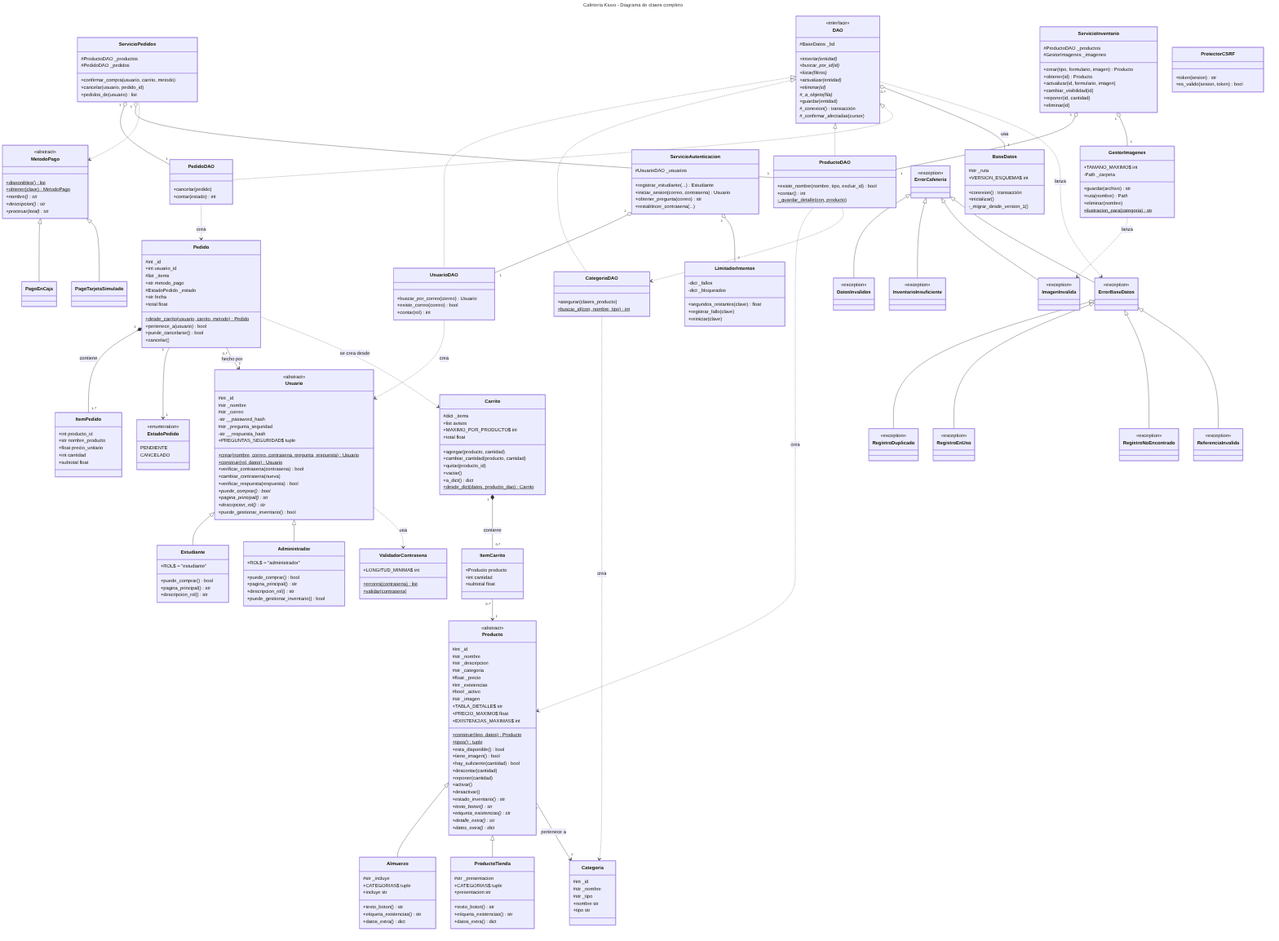
Before: docs/diagrama_clases.png, a diagram exported from Mermaid (cristyelizabetth/cafeteria-kiuvo-poo). Its source is kept beside it as docs/diagrama_clases.mmd. Its diagram source:
```mermaid
---
title: Cafetería Kiuvo - Diagrama de clases completo
---
classDiagram
    direction TB

    class Usuario {
        <<abstract>>
        #int _id
        #str _nombre
        #str _correo
        -str __password_hash
        #str _pregunta_seguridad
        -str __respuesta_hash
        +PREGUNTAS_SEGURIDAD$ tuple
        +crear(nombre, correo, contrasena, pregunta, respuesta)$ Usuario
        +construir(rol, datos)$ Usuario
        +verificar_contrasena(contrasena) bool
        +cambiar_contrasena(nueva)
        +verificar_respuesta(respuesta) bool
        +puede_comprar()* bool
        +pagina_principal()* str
        +descripcion_rol()* str
        +puede_gestionar_inventario() bool
    }
    class Estudiante {
        +ROL$ = "estudiante"
        +puede_comprar() bool
        +pagina_principal() str
        +descripcion_rol() str
    }
    class Administrador {
        +ROL$ = "administrador"
        +puede_comprar() bool
        +pagina_principal() str
        +descripcion_rol() str
        +puede_gestionar_inventario() bool
    }
    Usuario <|-- Estudiante
    Usuario <|-- Administrador

    class Categoria {
        #int _id
        #str _nombre
        #str _tipo
        +nombre str
        +tipo str
    }
    class Producto {
        <<abstract>>
        #int _id
        #str _nombre
        #str _descripcion
        #str _categoria
        #float _precio
        #int _existencias
        #bool _activo
        #str _imagen
        +TABLA_DETALLE$ str
        +PRECIO_MAXIMO$ float
        +EXISTENCIAS_MAXIMAS$ int
        +construir(tipo, datos)$ Producto
        +tipos()$ tuple
        +esta_disponible() bool
        +tiene_imagen() bool
        +hay_suficiente(cantidad) bool
        +descontar(cantidad)
        +reponer(cantidad)
        +activar()
        +desactivar()
        +estado_inventario() str
        +texto_boton()* str
        +etiqueta_existencias()* str
        +detalle_extra()* str
        +datos_extra()* dict
    }
    class Almuerzo {
        #str _incluye
        +CATEGORIAS$ tuple
        +incluye str
        +texto_boton() str
        +etiqueta_existencias() str
        +datos_extra() dict
    }
    class ProductoTienda {
        #str _presentacion
        +CATEGORIAS$ tuple
        +presentacion str
        +texto_boton() str
        +etiqueta_existencias() str
        +datos_extra() dict
    }
    Producto <|-- Almuerzo
    Producto <|-- ProductoTienda
    Producto "0..*" --> "1" Categoria : pertenece a

    class Carrito {
        #dict _items
        +list avisos
        +MAXIMO_POR_PRODUCTO$ int
        +agregar(producto, cantidad)
        +cambiar_cantidad(producto, cantidad)
        +quitar(producto_id)
        +vaciar()
        +total float
        +a_dict() dict
        +desde_dict(datos, producto_dao)$ Carrito
    }
    class ItemCarrito {
        +Producto producto
        +int cantidad
        +subtotal float
    }
    Carrito "1" *-- "0..*" ItemCarrito : contiene
    ItemCarrito "0..*" --> "1" Producto

    class Pedido {
        #int _id
        +int usuario_id
        #list _items
        +str metodo_pago
        #EstadoPedido _estado
        +str fecha
        +desde_carrito(usuario, carrito, metodo)$ Pedido
        +total float
        +pertenece_a(usuario) bool
        +puede_cancelarse() bool
        +cancelar()
    }
    class ItemPedido {
        +int producto_id
        +str nombre_producto
        +float precio_unitario
        +int cantidad
        +subtotal float
    }
    class EstadoPedido {
        <<enumeration>>
        PENDIENTE
        CANCELADO
    }
    Pedido "1" *-- "1..*" ItemPedido : contiene
    Pedido "1" --> "1" EstadoPedido
    Pedido "0..*" --> "1" Usuario : hecho por
    Pedido ..> Carrito : se crea desde

    class MetodoPago {
        <<abstract>>
        +disponibles()$ list
        +obtener(clave)$ MetodoPago
        +nombre()* str
        +descripcion()* str
        +procesar(total)* str
    }
    class PagoEnCaja
    class PagoTarjetaSimulado
    MetodoPago <|-- PagoEnCaja
    MetodoPago <|-- PagoTarjetaSimulado

    class DAO {
        <<interface>>
        #BaseDatos _bd
        +insertar(entidad)*
        +buscar_por_id(id)*
        +listar(filtros)*
        +actualizar(entidad)*
        +eliminar(id)*
        #_a_objeto(fila)*
        +guardar(entidad)
        #_conexion() transacción
        #_confirmar_afectadas(cursor)
    }
    class UsuarioDAO {
        +buscar_por_correo(correo) Usuario
        +existe_correo(correo) bool
        +contar(rol) int
    }
    class CategoriaDAO {
        +asegurar(clases_producto)
        +buscar_id(con, nombre, tipo)$ int
    }
    class ProductoDAO {
        +existe_nombre(nombre, tipo, excluir_id) bool
        +contar() int
        -_guardar_detalle(con, producto)$
    }
    class PedidoDAO {
        +cancelar(pedido)
        +contar(estado) int
    }
    DAO <|.. UsuarioDAO
    DAO <|.. CategoriaDAO
    DAO <|.. ProductoDAO
    DAO <|.. PedidoDAO
    DAO "0..*" o-- "1" BaseDatos : usa
    UsuarioDAO ..> Usuario : crea
    CategoriaDAO ..> Categoria : crea
    ProductoDAO ..> Producto : crea
    ProductoDAO ..> CategoriaDAO
    PedidoDAO ..> Pedido : crea

    class BaseDatos {
        #str _ruta
        +VERSION_ESQUEMA$ int
        +conexion() transacción
        +inicializar()
        -_migrar_desde_version_1()
    }

    class ServicioAutenticacion {
        #UsuarioDAO _usuarios
        +registrar_estudiante(...) Estudiante
        +iniciar_sesion(correo, contrasena) Usuario
        +obtener_pregunta(correo) str
        +restablecer_contrasena(...)
    }
    class ServicioPedidos {
        #ProductoDAO _productos
        #PedidoDAO _pedidos
        +confirmar_compra(usuario, carrito, metodo)
        +cancelar(usuario, pedido_id)
        +pedidos_de(usuario) list
    }
    class ServicioInventario {
        #ProductoDAO _productos
        #GestorImagenes _imagenes
        +crear(tipo, formulario, imagen) Producto
        +obtener(id) Producto
        +actualizar(id, formulario, imagen)
        +cambiar_visibilidad(id)
        +reponer(id, cantidad)
        +eliminar(id)
    }
    ServicioAutenticacion "1" o-- "1" UsuarioDAO
    ServicioAutenticacion "1" o-- "2" LimitadorIntentos
    ServicioPedidos "1" o-- "1" PedidoDAO
    ServicioPedidos "1" o-- "1" ProductoDAO
    ServicioPedidos ..> MetodoPago
    ServicioInventario "1" o-- "1" ProductoDAO
    class GestorImagenes {
        +TAMANO_MAXIMO$ int
        -Path _carpeta
        +guardar(archivo) str
        +ruta(nombre) Path
        +eliminar(nombre)
        +ilustracion_para(categoria)$ str
    }
    ServicioInventario "1" o-- "1" GestorImagenes
    GestorImagenes ..> ImagenInvalida : lanza

    class ValidadorContrasena {
        +LONGITUD_MINIMA$ int
        +errores(contrasena)$ list
        +validar(contrasena)$
    }
    class LimitadorIntentos {
        -dict _fallos
        -dict _bloqueados
        +segundos_restantes(clave) float
        +registrar_fallo(clave)
        +reiniciar(clave)
    }
    class ProtectorCSRF {
        +token(sesion) str
        +es_valido(sesion, token) bool
    }
    Usuario ..> ValidadorContrasena : usa

    class ErrorCafeteria {
        <<exception>>
    }
    class DatosInvalidos {
        <<exception>>
    }
    class InventarioInsuficiente {
        <<exception>>
    }
    class ImagenInvalida {
        <<exception>>
    }
    class ErrorBaseDatos {
        <<exception>>
    }
    class RegistroDuplicado {
        <<exception>>
    }
    class RegistroEnUso {
        <<exception>>
    }
    class RegistroNoEncontrado {
        <<exception>>
    }
    class ReferenciaInvalida {
        <<exception>>
    }
    ErrorCafeteria <|-- DatosInvalidos
    ErrorCafeteria <|-- InventarioInsuficiente
    ErrorCafeteria <|-- ImagenInvalida
    ErrorCafeteria <|-- ErrorBaseDatos
    ErrorBaseDatos <|-- RegistroDuplicado
    ErrorBaseDatos <|-- RegistroEnUso
    ErrorBaseDatos <|-- RegistroNoEncontrado
    ErrorBaseDatos <|-- ReferenciaInvalida
    DAO ..> ErrorBaseDatos : lanza
```
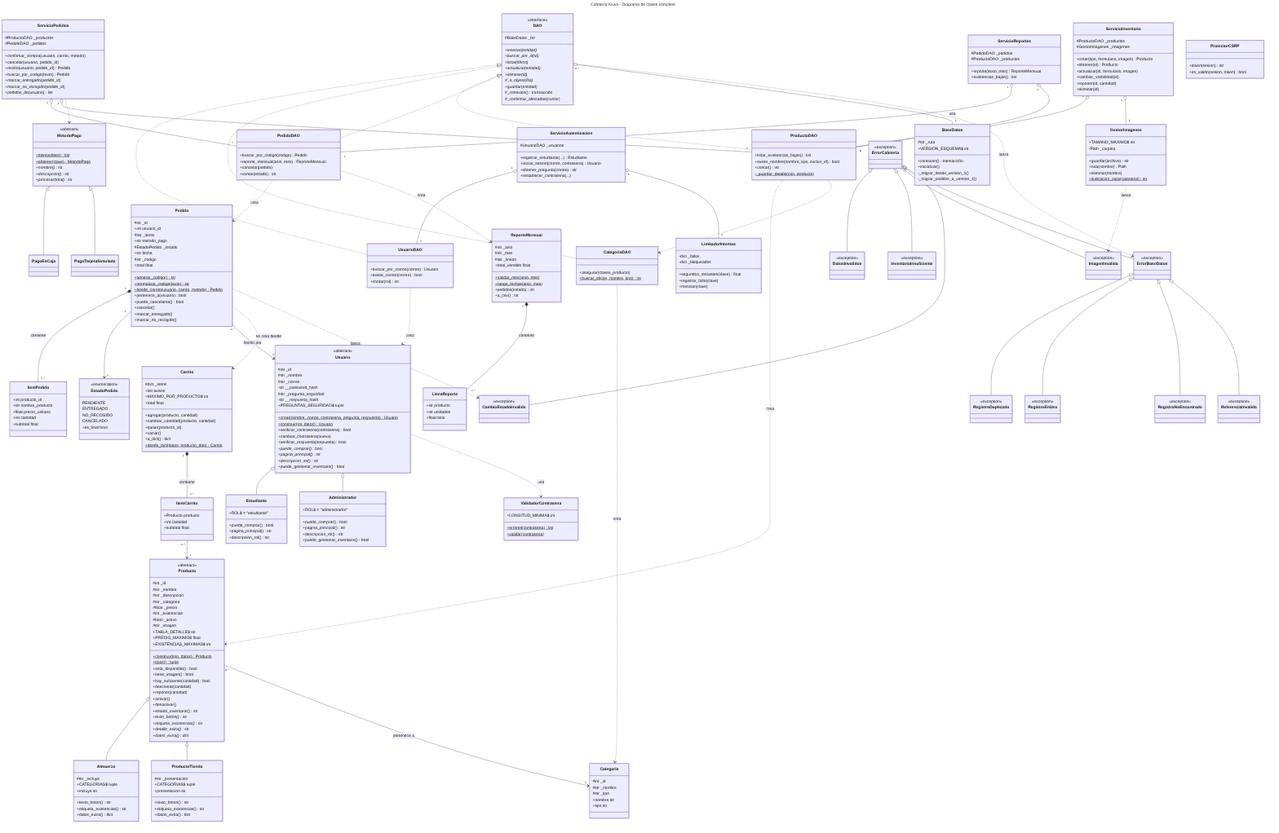
The same diagram one commit later.

What changed in the source:
```diff
@@ -121,11 +121,16 @@
         +str metodo_pago
         #EstadoPedido _estado
         +str fecha
+        #str _codigo
+        +generar_codigo()$ str
+        +normalizar_codigo(texto)$ str
         +desde_carrito(usuario, carrito, metodo)$ Pedido
         +total float
         +pertenece_a(usuario) bool
         +puede_cancelarse() bool
         +cancelar()
+        +marcar_entregado()
+        +marcar_no_recogido()
     }
     class ItemPedido {
         +int producto_id
@@ -137,10 +142,29 @@
     class EstadoPedido {
         <<enumeration>>
         PENDIENTE
+        ENTREGADO
+        NO_RECOGIDO
         CANCELADO
+        +es_final bool
     }
     Pedido "1" *-- "1..*" ItemPedido : contiene
     Pedido "1" --> "1" EstadoPedido
+    class ReporteMensual {
+        #int _anio
+        #int _mes
+        #list _lineas
+        +validar_mes(anio, mes)$
+        +rango_fechas(anio, mes)$
+        +total_vendido float
+        +pedidos(estado) int
+        +a_csv() str
+    }
+    class LineaReporte {
+        +str producto
+        +int unidades
+        +float total
+    }
+    ReporteMensual "1" *-- "0..*" LineaReporte : contiene
     Pedido "0..*" --> "1" Usuario : hecho por
     Pedido ..> Carrito : se crea desde
 
@@ -180,11 +204,14 @@
         +buscar_id(con, nombre, tipo)$ int
     }
     class ProductoDAO {
+        +listar_existencias_bajas() list
         +existe_nombre(nombre, tipo, excluir_id) bool
         +contar() int
         -_guardar_detalle(con, producto)$
     }
     class PedidoDAO {
+        +buscar_por_codigo(codigo) Pedido
+        +reporte_mensual(anio, mes) ReporteMensual
         +cancelar(pedido)
         +contar(estado) int
     }
@@ -198,6 +225,7 @@
     ProductoDAO ..> Producto : crea
     ProductoDAO ..> CategoriaDAO
     PedidoDAO ..> Pedido : crea
+    PedidoDAO ..> ReporteMensual : crea
 
     class BaseDatos {
         #str _ruta
@@ -205,6 +233,7 @@
         +conexion() transacción
         +inicializar()
         -_migrar_desde_version_1()
+        -_migrar_pedidos_a_version_4()
     }
 
     class ServicioAutenticacion {
@@ -219,8 +248,20 @@
         #PedidoDAO _pedidos
         +confirmar_compra(usuario, carrito, metodo)
         +cancelar(usuario, pedido_id)
+        +recibo(usuario, pedido_id) Pedido
+        +buscar_por_codigo(texto) Pedido
+        +marcar_entregado(pedido_id)
+        +marcar_no_recogido(pedido_id)
         +pedidos_de(usuario) list
     }
+    class ServicioReportes {
+        #PedidoDAO _pedidos
+        #ProductoDAO _productos
+        +reporte(texto_mes) ReporteMensual
+        +existencias_bajas() list
+    }
+    ServicioReportes "1" o-- "1" PedidoDAO
+    ServicioReportes "1" o-- "1" ProductoDAO
     class ServicioInventario {
         #ProductoDAO _productos
         #GestorImagenes _imagenes
@@ -278,6 +319,9 @@
     class ImagenInvalida {
         <<exception>>
     }
+    class CambioEstadoInvalido {
+        <<exception>>
+    }
     class ErrorBaseDatos {
         <<exception>>
     }
@@ -296,6 +340,8 @@
     ErrorCafeteria <|-- DatosInvalidos
     ErrorCafeteria <|-- InventarioInsuficiente
     ErrorCafeteria <|-- ImagenInvalida
+    ErrorCafeteria <|-- CambioEstadoInvalido
+    Pedido ..> CambioEstadoInvalido : lanza
     ErrorCafeteria <|-- ErrorBaseDatos
     ErrorBaseDatos <|-- RegistroDuplicado
     ErrorBaseDatos <|-- RegistroEnUso
```
